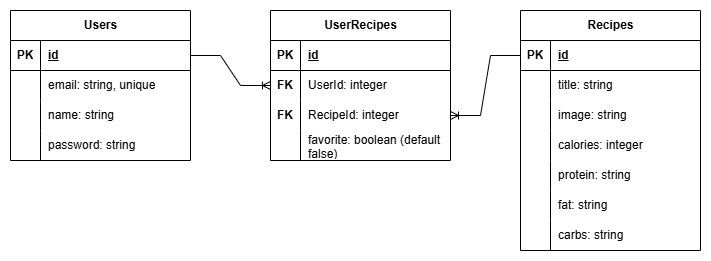
Before: server/erd/iProject_schema.png, a diagram exported from draw.io (fathanabds/IP-RMT54). Source tidied: cells renumbered, new cells last; positions are measured from the earlier drawing's top-left corner, leaving out a move shared by most shapes.
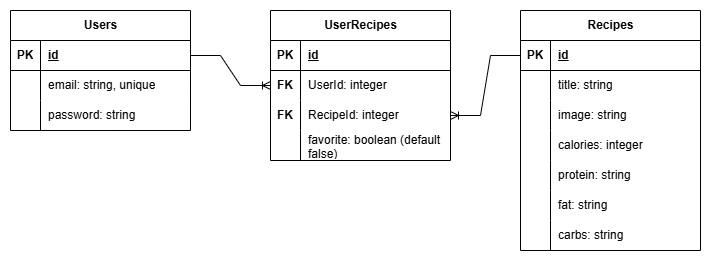
After the commit.

Diff of the diagram source:
```diff
@@ -3,7 +3,7 @@
     <mxCell id="0" />
     <mxCell id="1" parent="0" />
     <mxCell id="2" value="Users" style="shape=table;startSize=30;rowLines=0;fontStyle=1;align=center;html=1;" parent="1" vertex="1">
-      <mxGeometry width="180" height="150" as="geometry" />
+      <mxGeometry width="180" height="120" as="geometry" />
     </mxCell>
     <mxCell id="3" style="shape=tableRow;horizontal=0;startSize=0;swimlaneHead=0;swimlaneBody=0;fillColor=none;points=[[0,0.5],[1,0.5]];portConstraint=eastwest;top=0;left=0;right=0;bottom=1;" parent="2" vertex="1">
       <mxGeometry y="30" width="180" height="30" as="geometry" />
@@ -23,17 +23,8 @@
     <mxCell id="8" value="email: string, unique" style="shape=partialRectangle;fillColor=none;top=0;left=0;bottom=0;right=0;align=left;spacingLeft=6;overflow=hidden;whiteSpace=wrap;html=1;" parent="6" vertex="1">
       <mxGeometry x="30" width="150" height="30" as="geometry" />
     </mxCell>
-    <mxCell id="9" style="shape=tableRow;horizontal=0;startSize=0;swimlaneHead=0;swimlaneBody=0;fillColor=none;top=0;left=0;right=0;bottom=0;" parent="2" vertex="1">
-      <mxGeometry y="90" width="180" height="30" as="geometry" />
-    </mxCell>
-    <mxCell id="10" style="shape=partialRectangle;fillColor=none;top=0;left=0;bottom=0;right=0;overflow=hidden;whiteSpace=wrap;html=1;" parent="9" vertex="1">
-      <mxGeometry width="30" height="30" as="geometry" />
-    </mxCell>
-    <mxCell id="11" value="name: string" style="shape=partialRectangle;fillColor=none;top=0;left=0;bottom=0;right=0;align=left;spacingLeft=6;overflow=hidden;whiteSpace=wrap;html=1;" parent="9" vertex="1">
-      <mxGeometry x="30" width="150" height="30" as="geometry" />
-    </mxCell>
     <mxCell id="12" style="shape=tableRow;horizontal=0;startSize=0;swimlaneHead=0;swimlaneBody=0;fillColor=none;top=0;left=0;right=0;bottom=0;" parent="2" vertex="1">
-      <mxGeometry y="120" width="180" height="30" as="geometry" />
+      <mxGeometry y="90" width="180" height="30" as="geometry" />
     </mxCell>
     <mxCell id="13" style="shape=partialRectangle;fillColor=none;top=0;left=0;bottom=0;right=0;overflow=hidden;whiteSpace=wrap;html=1;" parent="12" vertex="1">
       <mxGeometry width="30" height="30" as="geometry" />
@@ -107,11 +98,6 @@
     <mxCell id="36" value="carbs: string" style="shape=partialRectangle;fillColor=none;top=0;left=0;bottom=0;right=0;align=left;spacingLeft=6;overflow=hidden;whiteSpace=wrap;html=1;" parent="34" vertex="1">
       <mxGeometry x="30" width="150" height="30" as="geometry" />
     </mxCell>
-    <mxCell id="37" style="edgeStyle=entityRelationEdgeStyle;fontSize=12;html=1;endArrow=ERoneToMany;rounded=0;exitX=1;exitY=0.5;exitDx=0;exitDy=0;entryX=0;entryY=0.5;entryDx=0;entryDy=0;" parent="1" edge="1" target="x">
-      <mxGeometry relative="1" as="geometry">
-        <mxPoint x="240" y="255" as="sourcePoint" />
-      </mxGeometry>
-    </mxCell>
     <mxCell id="38" value="UserRecipes" style="shape=table;startSize=30;rowLines=0;fontStyle=1;align=center;html=1;" parent="1" vertex="1">
       <mxGeometry x="260" width="180" height="150" as="geometry" />
     </mxCell>
```
